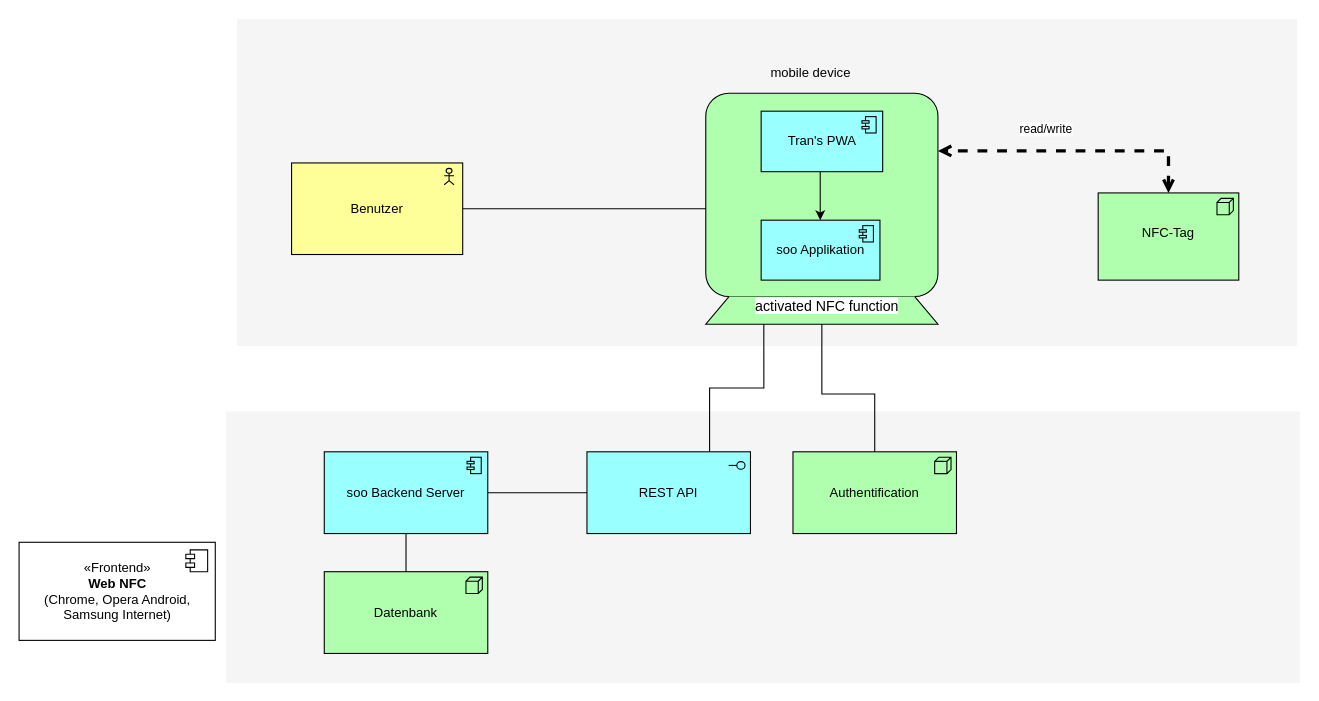
Before: page "Page-1" (1 of 4) of Architektur.drawio in ngock/AndroidFirestoreArchitectureComponents, a draw.io diagram. Source tidied: cells renumbered, new cells numbered last; positions are measured from the earlier drawing's top-left corner, leaving out a move shared by most shapes. Both pictures are drawn from the tidied source at 109%, with x=0, y=0 at pixel (19, 19).
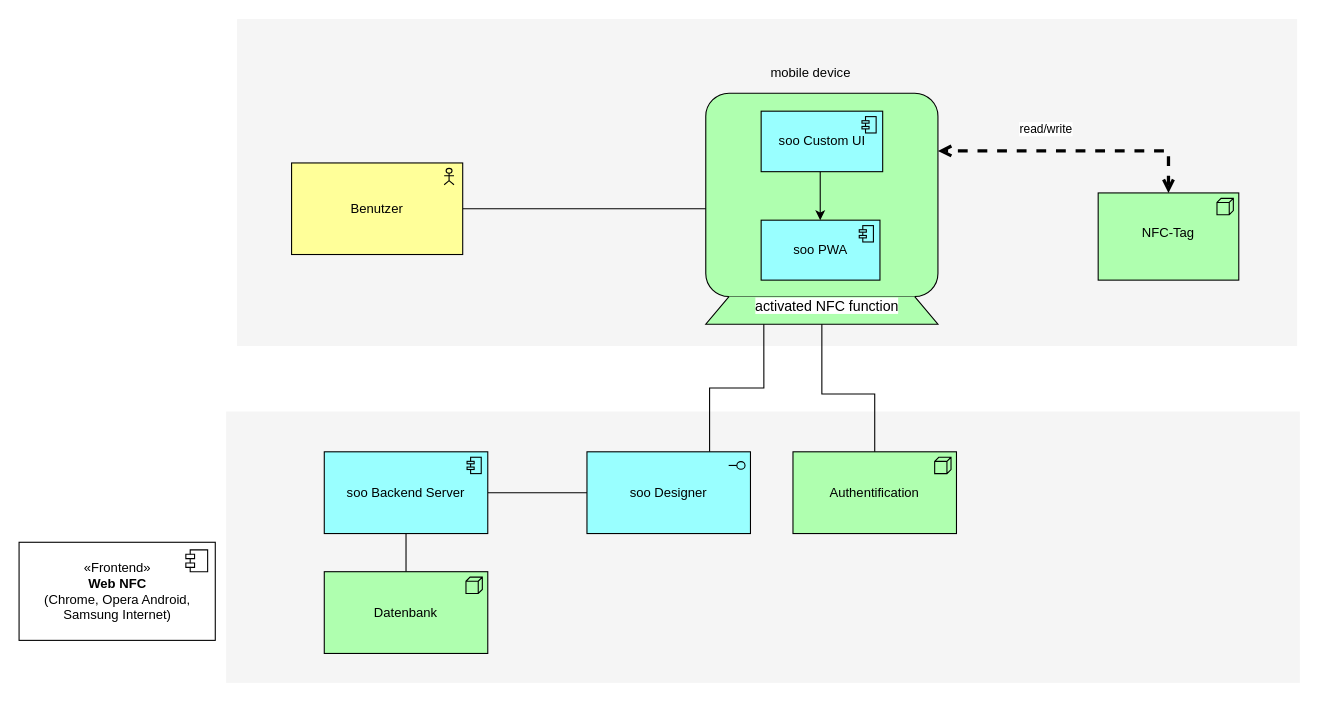
After the change.

What changed in the source:
```diff
@@
-    <mxCell id="14" value="Tran's PWA" style="html=1;outlineConnect=0;whiteSpace=wrap;fillColor=#99ffff;shape=mxgraph.archimate3.application;appType=comp;archiType=square;" parent="1" vertex="1">
+    <mxCell id="14" value="soo Custom UI" style="html=1;outlineConnect=0;whiteSpace=wrap;fillColor=#99ffff;shape=mxgraph.archimate3.application;appType=comp;archiType=square;" parent="1" vertex="1">
       <mxGeometry x="680.8" y="84.5" width="111.5" height="55.5" as="geometry" />
     </mxCell>
@@
-    <mxCell id="18" value="REST API" style="html=1;outlineConnect=0;whiteSpace=wrap;fillColor=#99ffff;shape=mxgraph.archimate3.application;appType=interface;archiType=square;" parent="1" vertex="1">
+    <mxCell id="18" value="soo Designer" style="html=1;outlineConnect=0;whiteSpace=wrap;fillColor=#99ffff;shape=mxgraph.archimate3.application;appType=interface;archiType=square;" parent="1" vertex="1">
       <mxGeometry x="521" y="397" width="150" height="75" as="geometry" />
     </mxCell>
@@
-    <mxCell id="23" value="soo Applikation" style="html=1;outlineConnect=0;whiteSpace=wrap;fillColor=#99ffff;shape=mxgraph.archimate3.application;appType=comp;archiType=square;" parent="1" vertex="1">
+    <mxCell id="23" value="soo PWA" style="html=1;outlineConnect=0;whiteSpace=wrap;fillColor=#99ffff;shape=mxgraph.archimate3.application;appType=comp;archiType=square;" parent="1" vertex="1">
       <mxGeometry x="680.8" y="184.5" width="109" height="55" as="geometry" />
     </mxCell>
```
